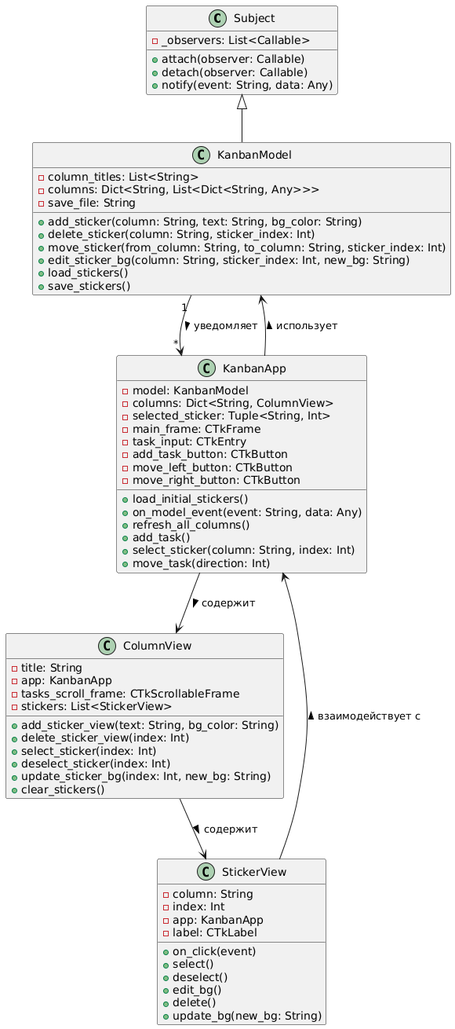
Above: image/image.png in FatSide/KanbanBoard (PlantUML), before the change. Its diagram source:
```plantuml
@startuml
class Subject {
    - _observers: List<Callable>
    + attach(observer: Callable)
    + detach(observer: Callable)
    + notify(event: String, data: Any)
}

class KanbanModel {
    - column_titles: List<String>
    - columns: Dict<String, List<Dict<String, Any>>>
    - save_file: String
    + add_sticker(column: String, text: String, bg_color: String)
    + delete_sticker(column: String, sticker_index: Int)
    + move_sticker(from_column: String, to_column: String, sticker_index: Int)
    + edit_sticker_bg(column: String, sticker_index: Int, new_bg: String)
    + load_stickers()
    + save_stickers()
}

Subject <|-- KanbanModel

class KanbanApp {
    - model: KanbanModel
    - columns: Dict<String, ColumnView>
    - selected_sticker: Tuple<String, Int>
    - main_frame: CTkFrame
    - task_input: CTkEntry
    - add_task_button: CTkButton
    - move_left_button: CTkButton
    - move_right_button: CTkButton
    + load_initial_stickers()
    + on_model_event(event: String, data: Any)
    + refresh_all_columns()
    + add_task()
    + select_sticker(column: String, index: Int)
    + move_task(direction: Int)
}

class ColumnView {
    - title: String
    - app: KanbanApp
    - tasks_scroll_frame: CTkScrollableFrame
    - stickers: List<StickerView>
    + add_sticker_view(text: String, bg_color: String)
    + delete_sticker_view(index: Int)
    + select_sticker(index: Int)
    + deselect_sticker(index: Int)
    + update_sticker_bg(index: Int, new_bg: String)
    + clear_stickers()
}

class StickerView {
    - column: String
    - index: Int
    - app: KanbanApp
    - label: CTkLabel
    + on_click(event)
    + select()
    + deselect()
    + edit_bg()
    + delete()
    + update_bg(new_bg: String)
}

KanbanApp --> ColumnView : содержит >
ColumnView --> StickerView : содержит >
KanbanApp --> KanbanModel : использует >
StickerView --> KanbanApp : взаимодействует с >
KanbanModel "1" --> "*" KanbanApp : уведомляет >
@enduml
```
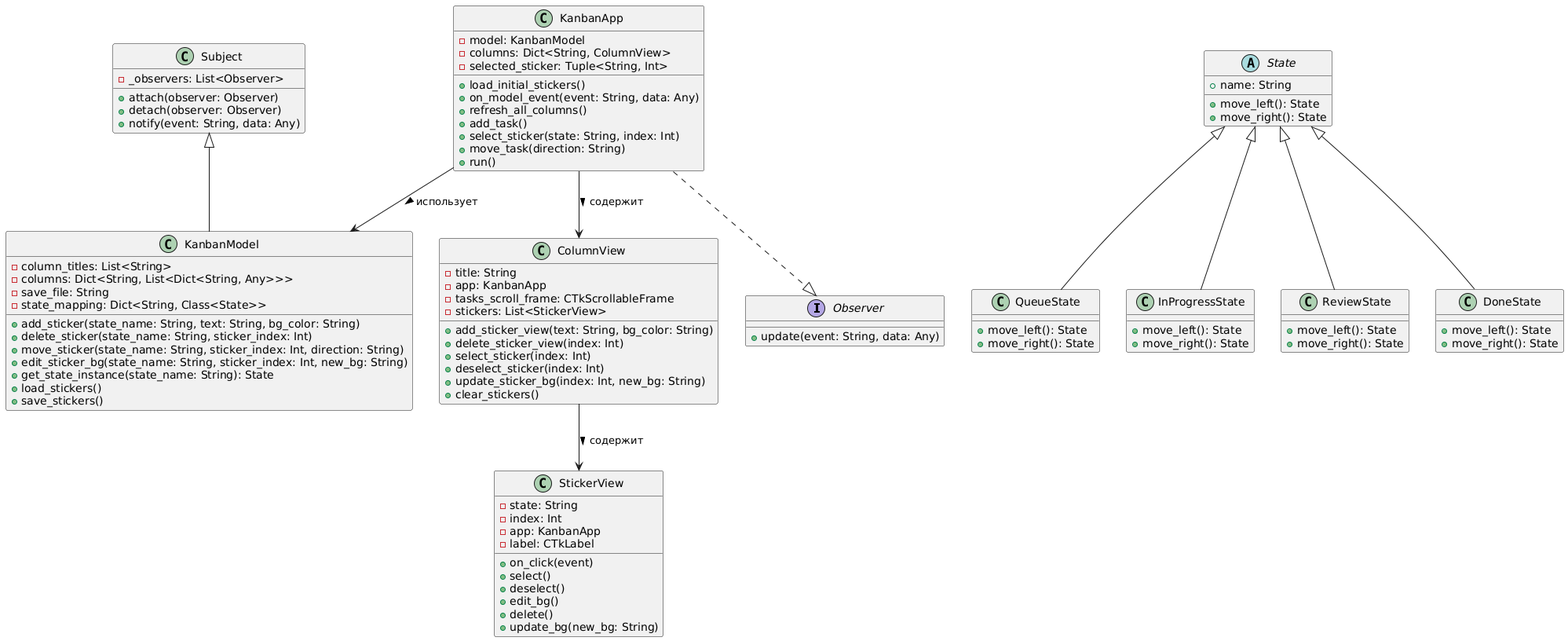
After the commit.

Commit message:
Добавление паттерна status и изменение диаграммы классов

What changed in the source:
```diff
@@ -1,41 +1,73 @@
 @startuml
+interface Observer {
+    +update(event: String, data: Any)
+}
+
 class Subject {
-    - _observers: List<Callable>
-    + attach(observer: Callable)
-    + detach(observer: Callable)
+    - _observers: List<Observer>
+    + attach(observer: Observer)
+    + detach(observer: Observer)
     + notify(event: String, data: Any)
 }
+
+Subject <|-- KanbanModel
+
+abstract class State {
+    +name: String
+    +move_left(): State
+    +move_right(): State
+}
+
+class QueueState {
+    +move_left(): State
+    +move_right(): State
+}
+class InProgressState {
+    +move_left(): State
+    +move_right(): State
+}
+class ReviewState {
+    +move_left(): State
+    +move_right(): State
+}
+class DoneState {
+    +move_left(): State
+    +move_right(): State
+}
+
+State <|-- QueueState
+State <|-- InProgressState
+State <|-- ReviewState
+State <|-- DoneState
 
 class KanbanModel {
     - column_titles: List<String>
     - columns: Dict<String, List<Dict<String, Any>>>
     - save_file: String
-    + add_sticker(column: String, text: String, bg_color: String)
-    + delete_sticker(column: String, sticker_index: Int)
-    + move_sticker(from_column: String, to_column: String, sticker_index: Int)
-    + edit_sticker_bg(column: String, sticker_index: Int, new_bg: String)
+    - state_mapping: Dict<String, Class<State>>
+    + add_sticker(state_name: String, text: String, bg_color: String)
+    + delete_sticker(state_name: String, sticker_index: Int)
+    + move_sticker(state_name: String, sticker_index: Int, direction: String)
+    + edit_sticker_bg(state_name: String, sticker_index: Int, new_bg: String)
+    + get_state_instance(state_name: String): State
     + load_stickers()
     + save_stickers()
 }
-
-Subject <|-- KanbanModel
 
 class KanbanApp {
     - model: KanbanModel
     - columns: Dict<String, ColumnView>
     - selected_sticker: Tuple<String, Int>
-    - main_frame: CTkFrame
-    - task_input: CTkEntry
-    - add_task_button: CTkButton
-    - move_left_button: CTkButton
-    - move_right_button: CTkButton
     + load_initial_stickers()
     + on_model_event(event: String, data: Any)
     + refresh_all_columns()
     + add_task()
-    + select_sticker(column: String, index: Int)
-    + move_task(direction: Int)
+    + select_sticker(state: String, index: Int)
+    + move_task(direction: String)
+    + run()
 }
+
+KanbanApp ..|> Observer
 
 class ColumnView {
     - title: String
@@ -50,8 +82,10 @@
     + clear_stickers()
 }
 
+KanbanApp --> ColumnView : содержит >
+
 class StickerView {
-    - column: String
+    - state: String
     - index: Int
     - app: KanbanApp
     - label: CTkLabel
@@ -63,9 +97,6 @@
     + update_bg(new_bg: String)
 }
 
-KanbanApp --> ColumnView : содержит >
 ColumnView --> StickerView : содержит >
 KanbanApp --> KanbanModel : использует >
-StickerView --> KanbanApp : взаимодействует с >
-KanbanModel "1" --> "*" KanbanApp : уведомляет >
 @enduml
```
